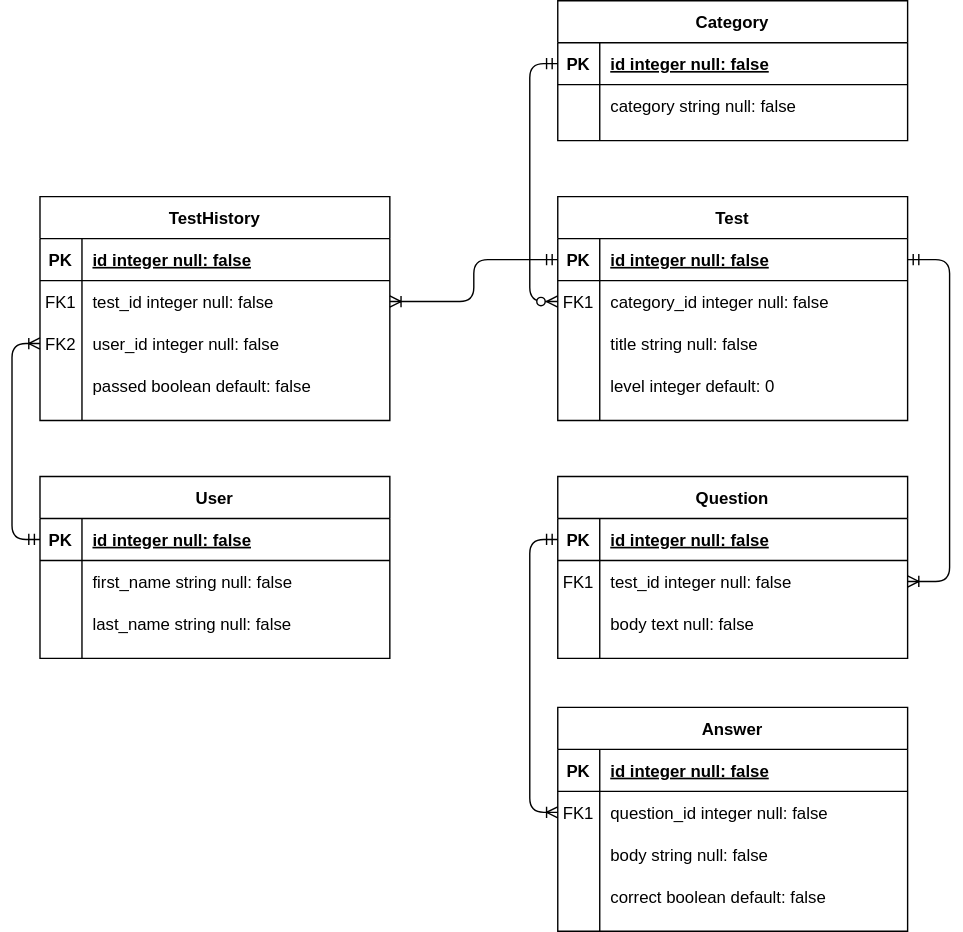
This is ER_TestGuru.svg from yerlanmad/test-guru, a draw.io export, as it was before one commit. Source tidied: cells renumbered, new cells last; positions are measured from the earlier drawing's top-left corner, leaving out a move shared by most shapes. The source it was exported from:
```xml
<mxGraphModel>
  <root>
    <mxCell id="0" />
    <mxCell id="1" parent="0" />
    <mxCell id="2" style="edgeStyle=entityRelationEdgeStyle;endArrow=ERoneToMany;startArrow=ERmandOne;endFill=0;startFill=0;exitX=1;exitY=0.5;exitDx=0;exitDy=0;" parent="1" edge="1" source="8" target="24">
      <mxGeometry relative="1" as="geometry" />
    </mxCell>
    <mxCell id="3" style="edgeStyle=orthogonalEdgeStyle;rounded=1;jettySize=auto;html=1;entryX=0;entryY=0.5;entryDx=0;entryDy=0;startArrow=ERmandOne;startFill=0;endArrow=ERoneToMany;endFill=0;" parent="1" edge="1" source="21" target="34">
      <mxGeometry relative="1" as="geometry" />
    </mxCell>
    <mxCell id="4" style="edgeStyle=orthogonalEdgeStyle;rounded=1;jettySize=auto;html=1;entryX=0;entryY=0.5;entryDx=0;entryDy=0;startArrow=ERmandOne;startFill=0;endArrow=ERzeroToMany;endFill=1;" parent="1" edge="1" source="44" target="11">
      <mxGeometry relative="1" as="geometry" />
    </mxCell>
    <mxCell id="5" style="edgeStyle=orthogonalEdgeStyle;rounded=1;jettySize=auto;html=1;entryX=1;entryY=0.5;entryDx=0;entryDy=0;startArrow=ERmandOne;startFill=0;endArrow=ERoneToMany;endFill=0;" parent="1" edge="1" source="8" target="54">
      <mxGeometry relative="1" as="geometry" />
    </mxCell>
    <mxCell id="6" style="edgeStyle=orthogonalEdgeStyle;rounded=1;jettySize=auto;html=1;entryX=0;entryY=0.5;entryDx=0;entryDy=0;startArrow=ERmandOne;startFill=0;endArrow=ERoneToMany;endFill=0;exitX=0;exitY=0.5;exitDx=0;exitDy=0;" parent="1" edge="1" source="64" target="57">
      <mxGeometry relative="1" as="geometry" />
    </mxCell>
    <mxCell id="7" value="Test" style="shape=table;startSize=30;rowLines=0;fontStyle=1;align=center;" parent="1" vertex="1">
      <mxGeometry x="370" y="140" width="250" height="160" as="geometry" />
    </mxCell>
    <mxCell id="8" style="shape=partialRectangle;fillColor=none;points=[[0,0.5],[1,0.5]];portConstraint=eastwest;top=0;left=0;right=0;bottom=1;fontStyle=0;" parent="7" vertex="1">
      <mxGeometry y="30" width="250" height="30" as="geometry" />
    </mxCell>
    <mxCell id="9" value="PK" style="shape=partialRectangle;overflow=hidden;fillColor=none;top=0;left=0;bottom=0;right=0;fontStyle=1;" parent="8" vertex="1">
      <mxGeometry width="30" height="30" as="geometry" />
    </mxCell>
    <mxCell id="10" value="id integer null: false" style="shape=partialRectangle;overflow=hidden;fillColor=none;top=0;left=0;bottom=0;right=0;align=left;spacingLeft=6;fontStyle=5;" parent="8" vertex="1">
      <mxGeometry x="30" width="220" height="30" as="geometry" />
    </mxCell>
    <mxCell id="11" style="shape=partialRectangle;fillColor=none;points=[[0,0.5],[1,0.5]];portConstraint=eastwest;top=0;left=0;right=0;bottom=0;" parent="7" vertex="1">
      <mxGeometry y="60" width="250" height="30" as="geometry" />
    </mxCell>
    <mxCell id="12" value="FK1" style="shape=partialRectangle;overflow=hidden;fillColor=none;top=0;left=0;bottom=0;right=0;" parent="11" vertex="1">
      <mxGeometry width="30" height="30" as="geometry" />
    </mxCell>
    <mxCell id="13" value="category_id integer null: false" style="shape=partialRectangle;overflow=hidden;fillColor=none;top=0;left=0;bottom=0;right=0;align=left;spacingLeft=6;" parent="11" vertex="1">
      <mxGeometry x="30" width="220" height="30" as="geometry" />
    </mxCell>
    <mxCell id="14" style="shape=partialRectangle;fillColor=none;top=0;left=0;right=0;bottom=0;" parent="7" vertex="1">
      <mxGeometry y="90" width="250" height="30" as="geometry" />
    </mxCell>
    <mxCell id="15" style="shape=partialRectangle;overflow=hidden;fillColor=none;top=0;left=0;bottom=0;right=0;" parent="14" vertex="1">
      <mxGeometry width="30" height="30" as="geometry" />
    </mxCell>
    <mxCell id="16" value="title string null: false" style="shape=partialRectangle;overflow=hidden;fillColor=none;top=0;left=0;bottom=0;right=0;align=left;spacingLeft=6;" parent="14" vertex="1">
      <mxGeometry x="30" width="220" height="30" as="geometry" />
    </mxCell>
    <mxCell id="17" style="shape=partialRectangle;fillColor=none;top=0;left=0;right=0;bottom=0;" parent="7" vertex="1">
      <mxGeometry y="120" width="250" height="30" as="geometry" />
    </mxCell>
    <mxCell id="18" style="shape=partialRectangle;overflow=hidden;fillColor=none;top=0;left=0;bottom=0;right=0;" parent="17" vertex="1">
      <mxGeometry width="30" height="30" as="geometry" />
    </mxCell>
    <mxCell id="19" value="level integer default: 0" style="shape=partialRectangle;overflow=hidden;fillColor=none;top=0;left=0;bottom=0;right=0;align=left;spacingLeft=6;" parent="17" vertex="1">
      <mxGeometry x="30" width="220" height="30" as="geometry" />
    </mxCell>
    <mxCell id="20" value="Question" style="shape=table;startSize=30;rowLines=0;fontStyle=1;align=center;" parent="1" vertex="1">
      <mxGeometry x="370" y="340" width="250" height="130" as="geometry" />
    </mxCell>
    <mxCell id="21" style="shape=partialRectangle;fillColor=none;points=[[0,0.5],[1,0.5]];portConstraint=eastwest;top=0;left=0;right=0;bottom=1;fontStyle=0;" parent="20" vertex="1">
      <mxGeometry y="30" width="250" height="30" as="geometry" />
    </mxCell>
    <mxCell id="22" value="PK" style="shape=partialRectangle;overflow=hidden;fillColor=none;top=0;left=0;bottom=0;right=0;fontStyle=1;" parent="21" vertex="1">
      <mxGeometry width="30" height="30" as="geometry" />
    </mxCell>
    <mxCell id="23" value="id integer null: false" style="shape=partialRectangle;overflow=hidden;fillColor=none;top=0;left=0;bottom=0;right=0;align=left;spacingLeft=6;fontStyle=5;" parent="21" vertex="1">
      <mxGeometry x="30" width="220" height="30" as="geometry" />
    </mxCell>
    <mxCell id="24" style="shape=partialRectangle;fillColor=none;points=[[0,0.5],[1,0.5]];portConstraint=eastwest;top=0;left=0;right=0;bottom=0;" parent="20" vertex="1">
      <mxGeometry y="60" width="250" height="30" as="geometry" />
    </mxCell>
    <mxCell id="25" value="FK1" style="shape=partialRectangle;overflow=hidden;fillColor=none;top=0;left=0;bottom=0;right=0;" parent="24" vertex="1">
      <mxGeometry width="30" height="30" as="geometry" />
    </mxCell>
    <mxCell id="26" value="test_id integer null: false" style="shape=partialRectangle;overflow=hidden;fillColor=none;top=0;left=0;bottom=0;right=0;align=left;spacingLeft=6;" parent="24" vertex="1">
      <mxGeometry x="30" width="220" height="30" as="geometry" />
    </mxCell>
    <mxCell id="27" style="shape=partialRectangle;fillColor=none;top=0;left=0;right=0;bottom=0;" parent="20" vertex="1">
      <mxGeometry y="90" width="250" height="30" as="geometry" />
    </mxCell>
    <mxCell id="28" style="shape=partialRectangle;overflow=hidden;fillColor=none;top=0;left=0;bottom=0;right=0;" parent="27" vertex="1">
      <mxGeometry width="30" height="30" as="geometry" />
    </mxCell>
    <mxCell id="29" value="body text null: false" style="shape=partialRectangle;overflow=hidden;fillColor=none;top=0;left=0;bottom=0;right=0;align=left;spacingLeft=6;" parent="27" vertex="1">
      <mxGeometry x="30" width="220" height="30" as="geometry" />
    </mxCell>
    <mxCell id="30" value="Answer" style="shape=table;startSize=30;rowLines=0;fontStyle=1;align=center;" parent="1" vertex="1">
      <mxGeometry x="370" y="505" width="250" height="160" as="geometry" />
    </mxCell>
    <mxCell id="31" style="shape=partialRectangle;fillColor=none;top=0;left=0;right=0;bottom=1;fontStyle=0;" parent="30" vertex="1">
      <mxGeometry y="30" width="250" height="30" as="geometry" />
    </mxCell>
    <mxCell id="32" value="PK" style="shape=partialRectangle;overflow=hidden;fillColor=none;top=0;left=0;bottom=0;right=0;fontStyle=1;" parent="31" vertex="1">
      <mxGeometry width="30" height="30" as="geometry" />
    </mxCell>
    <mxCell id="33" value="id integer null: false" style="shape=partialRectangle;overflow=hidden;fillColor=none;top=0;left=0;bottom=0;right=0;align=left;spacingLeft=6;fontStyle=5;" parent="31" vertex="1">
      <mxGeometry x="30" width="220" height="30" as="geometry" />
    </mxCell>
    <mxCell id="34" style="shape=partialRectangle;fillColor=none;points=[[0,0.5],[1,0.5]];portConstraint=eastwest;top=0;left=0;right=0;bottom=0;" parent="30" vertex="1">
      <mxGeometry y="60" width="250" height="30" as="geometry" />
    </mxCell>
    <mxCell id="35" value="FK1" style="shape=partialRectangle;overflow=hidden;fillColor=none;top=0;left=0;bottom=0;right=0;" parent="34" vertex="1">
      <mxGeometry width="30" height="30" as="geometry" />
    </mxCell>
    <mxCell id="36" value="question_id integer null: false" style="shape=partialRectangle;overflow=hidden;fillColor=none;top=0;left=0;bottom=0;right=0;align=left;spacingLeft=6;" parent="34" vertex="1">
      <mxGeometry x="30" width="220" height="30" as="geometry" />
    </mxCell>
    <mxCell id="37" style="shape=partialRectangle;fillColor=none;top=0;left=0;right=0;bottom=0;" parent="30" vertex="1">
      <mxGeometry y="90" width="250" height="30" as="geometry" />
    </mxCell>
    <mxCell id="38" style="shape=partialRectangle;overflow=hidden;fillColor=none;top=0;left=0;bottom=0;right=0;" parent="37" vertex="1">
      <mxGeometry width="30" height="30" as="geometry" />
    </mxCell>
    <mxCell id="39" value="body string null: false" style="shape=partialRectangle;overflow=hidden;fillColor=none;top=0;left=0;bottom=0;right=0;align=left;spacingLeft=6;" parent="37" vertex="1">
      <mxGeometry x="30" width="220" height="30" as="geometry" />
    </mxCell>
    <mxCell id="40" style="shape=partialRectangle;fillColor=none;top=0;left=0;right=0;bottom=0;" parent="30" vertex="1">
      <mxGeometry y="120" width="250" height="30" as="geometry" />
    </mxCell>
    <mxCell id="41" style="shape=partialRectangle;overflow=hidden;fillColor=none;top=0;left=0;bottom=0;right=0;" parent="40" vertex="1">
      <mxGeometry width="30" height="30" as="geometry" />
    </mxCell>
    <mxCell id="42" value="correct boolean default: false" style="shape=partialRectangle;overflow=hidden;fillColor=none;top=0;left=0;bottom=0;right=0;align=left;spacingLeft=6;" parent="40" vertex="1">
      <mxGeometry x="30" width="220" height="30" as="geometry" />
    </mxCell>
    <mxCell id="43" value="Category" style="shape=table;startSize=30;rowLines=0;fontStyle=1;align=center;" parent="1" vertex="1">
      <mxGeometry x="370" width="250" height="100" as="geometry" />
    </mxCell>
    <mxCell id="44" style="shape=partialRectangle;fillColor=none;points=[[0,0.5],[1,0.5]];portConstraint=eastwest;top=0;left=0;right=0;bottom=1;" parent="43" vertex="1">
      <mxGeometry y="30" width="250" height="30" as="geometry" />
    </mxCell>
    <mxCell id="45" value="PK" style="shape=partialRectangle;overflow=hidden;fillColor=none;top=0;left=0;bottom=0;right=0;fontStyle=1;" parent="44" vertex="1">
      <mxGeometry width="30" height="30" as="geometry" />
    </mxCell>
    <mxCell id="46" value="id integer null: false" style="shape=partialRectangle;overflow=hidden;fillColor=none;top=0;left=0;bottom=0;right=0;align=left;spacingLeft=6;fontStyle=5;" parent="44" vertex="1">
      <mxGeometry x="30" width="220" height="30" as="geometry" />
    </mxCell>
    <mxCell id="47" style="shape=partialRectangle;fillColor=none;top=0;left=0;right=0;bottom=0;" parent="43" vertex="1">
      <mxGeometry y="60" width="250" height="30" as="geometry" />
    </mxCell>
    <mxCell id="48" style="shape=partialRectangle;overflow=hidden;fillColor=none;top=0;left=0;bottom=0;right=0;" parent="47" vertex="1">
      <mxGeometry width="30" height="30" as="geometry" />
    </mxCell>
    <mxCell id="49" value="category string null: false" style="shape=partialRectangle;overflow=hidden;fillColor=none;top=0;left=0;bottom=0;right=0;align=left;spacingLeft=6;" parent="47" vertex="1">
      <mxGeometry x="30" width="220" height="30" as="geometry" />
    </mxCell>
    <mxCell id="50" value="TestHistory" style="shape=table;startSize=30;rowLines=0;fontStyle=1;align=center;" parent="1" vertex="1">
      <mxGeometry y="140" width="250" height="160" as="geometry" />
    </mxCell>
    <mxCell id="51" style="shape=partialRectangle;fillColor=none;top=0;left=0;right=0;bottom=1;" parent="50" vertex="1">
      <mxGeometry y="30" width="250" height="30" as="geometry" />
    </mxCell>
    <mxCell id="52" value="PK" style="shape=partialRectangle;overflow=hidden;fillColor=none;top=0;left=0;bottom=0;right=0;fontStyle=1;" parent="51" vertex="1">
      <mxGeometry width="30" height="30" as="geometry" />
    </mxCell>
    <mxCell id="53" value="id integer null: false" style="shape=partialRectangle;overflow=hidden;fillColor=none;top=0;left=0;bottom=0;right=0;align=left;spacingLeft=6;fontStyle=5;" parent="51" vertex="1">
      <mxGeometry x="30" width="220" height="30" as="geometry" />
    </mxCell>
    <mxCell id="54" style="shape=partialRectangle;fillColor=none;points=[[0,0.5],[1,0.5]];portConstraint=eastwest;top=0;left=0;right=0;bottom=0;" parent="50" vertex="1">
      <mxGeometry y="60" width="250" height="30" as="geometry" />
    </mxCell>
    <mxCell id="55" value="FK1" style="shape=partialRectangle;overflow=hidden;fillColor=none;top=0;left=0;bottom=0;right=0;" parent="54" vertex="1">
      <mxGeometry width="30" height="30" as="geometry" />
    </mxCell>
    <mxCell id="56" value="test_id integer null: false" style="shape=partialRectangle;overflow=hidden;fillColor=none;top=0;left=0;bottom=0;right=0;align=left;spacingLeft=6;" parent="54" vertex="1">
      <mxGeometry x="30" width="220" height="30" as="geometry" />
    </mxCell>
    <mxCell id="57" style="shape=partialRectangle;fillColor=none;points=[[0,0.5],[1,0.5]];portConstraint=eastwest;top=0;left=0;right=0;bottom=0;" parent="50" vertex="1">
      <mxGeometry y="90" width="250" height="30" as="geometry" />
    </mxCell>
    <mxCell id="58" value="FK2" style="shape=partialRectangle;overflow=hidden;fillColor=none;top=0;left=0;bottom=0;right=0;" parent="57" vertex="1">
      <mxGeometry width="30" height="30" as="geometry" />
    </mxCell>
    <mxCell id="59" value="user_id integer null: false" style="shape=partialRectangle;overflow=hidden;fillColor=none;top=0;left=0;bottom=0;right=0;align=left;spacingLeft=6;" parent="57" vertex="1">
      <mxGeometry x="30" width="220" height="30" as="geometry" />
    </mxCell>
    <mxCell id="60" style="shape=partialRectangle;fillColor=none;top=0;left=0;right=0;bottom=0;" parent="50" vertex="1">
      <mxGeometry y="120" width="250" height="30" as="geometry" />
    </mxCell>
    <mxCell id="61" style="shape=partialRectangle;overflow=hidden;fillColor=none;top=0;left=0;bottom=0;right=0;" parent="60" vertex="1">
      <mxGeometry width="30" height="30" as="geometry" />
    </mxCell>
    <mxCell id="62" value="passed boolean default: false" style="shape=partialRectangle;overflow=hidden;fillColor=none;top=0;left=0;bottom=0;right=0;align=left;spacingLeft=6;" parent="60" vertex="1">
      <mxGeometry x="30" width="220" height="30" as="geometry" />
    </mxCell>
    <mxCell id="63" value="User" style="shape=table;startSize=30;rowLines=0;fontStyle=1;align=center;" parent="1" vertex="1">
      <mxGeometry y="340" width="250" height="130" as="geometry" />
    </mxCell>
    <mxCell id="64" style="shape=partialRectangle;fillColor=none;points=[[0,0.5],[1,0.5]];portConstraint=eastwest;top=0;left=0;right=0;bottom=1;" parent="63" vertex="1">
      <mxGeometry y="30" width="250" height="30" as="geometry" />
    </mxCell>
    <mxCell id="65" value="PK" style="shape=partialRectangle;overflow=hidden;fillColor=none;top=0;left=0;bottom=0;right=0;fontStyle=1;" parent="64" vertex="1">
      <mxGeometry width="30" height="30" as="geometry" />
    </mxCell>
    <mxCell id="66" value="id integer null: false" style="shape=partialRectangle;overflow=hidden;fillColor=none;top=0;left=0;bottom=0;right=0;align=left;spacingLeft=6;fontStyle=5;" parent="64" vertex="1">
      <mxGeometry x="30" width="220" height="30" as="geometry" />
    </mxCell>
    <mxCell id="67" style="shape=partialRectangle;fillColor=none;top=0;left=0;right=0;bottom=0;" parent="63" vertex="1">
      <mxGeometry y="60" width="250" height="30" as="geometry" />
    </mxCell>
    <mxCell id="68" style="shape=partialRectangle;overflow=hidden;fillColor=none;top=0;left=0;bottom=0;right=0;" parent="67" vertex="1">
      <mxGeometry width="30" height="30" as="geometry" />
    </mxCell>
    <mxCell id="69" value="first_name string null: false" style="shape=partialRectangle;overflow=hidden;fillColor=none;top=0;left=0;bottom=0;right=0;align=left;spacingLeft=6;" parent="67" vertex="1">
      <mxGeometry x="30" width="220" height="30" as="geometry" />
    </mxCell>
    <mxCell id="70" style="shape=partialRectangle;fillColor=none;top=0;left=0;right=0;bottom=0;" parent="63" vertex="1">
      <mxGeometry y="90" width="250" height="30" as="geometry" />
    </mxCell>
    <mxCell id="71" style="shape=partialRectangle;overflow=hidden;fillColor=none;top=0;left=0;bottom=0;right=0;" parent="70" vertex="1">
      <mxGeometry width="30" height="30" as="geometry" />
    </mxCell>
    <mxCell id="72" value="last_name string null: false" style="shape=partialRectangle;overflow=hidden;fillColor=none;top=0;left=0;bottom=0;right=0;align=left;spacingLeft=6;" parent="70" vertex="1">
      <mxGeometry x="30" width="220" height="30" as="geometry" />
    </mxCell>
  </root>
</mxGraphModel>
```
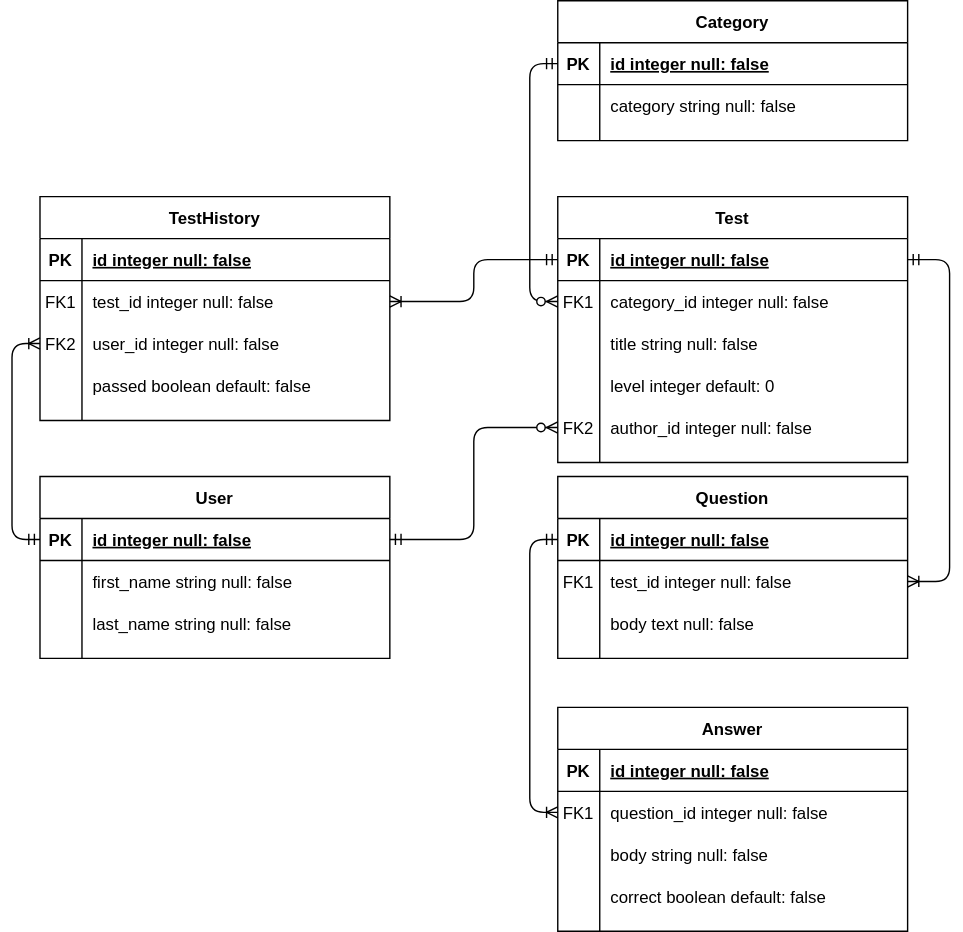
Later version of the same file.

What changed in the source:
```diff
@@ -18,7 +18,7 @@
       <mxGeometry relative="1" as="geometry" />
     </mxCell>
     <mxCell id="7" value="Test" style="shape=table;startSize=30;rowLines=0;fontStyle=1;align=center;" parent="1" vertex="1">
-      <mxGeometry x="370" y="140" width="250" height="160" as="geometry" />
+      <mxGeometry x="370" y="140" width="250" height="190" as="geometry" />
     </mxCell>
     <mxCell id="8" style="shape=partialRectangle;fillColor=none;points=[[0,0.5],[1,0.5]];portConstraint=eastwest;top=0;left=0;right=0;bottom=1;fontStyle=0;" parent="7" vertex="1">
       <mxGeometry y="30" width="250" height="30" as="geometry" />
@@ -56,6 +56,15 @@
     <mxCell id="19" value="level integer default: 0" style="shape=partialRectangle;overflow=hidden;fillColor=none;top=0;left=0;bottom=0;right=0;align=left;spacingLeft=6;" parent="17" vertex="1">
       <mxGeometry x="30" width="220" height="30" as="geometry" />
     </mxCell>
+    <mxCell id="73" style="shape=partialRectangle;fillColor=none;points=[[0,0.5],[1,0.5]];portConstraint=eastwest;top=0;left=0;right=0;bottom=0;" parent="7" vertex="1">
+      <mxGeometry y="150" width="250" height="30" as="geometry" />
+    </mxCell>
+    <mxCell id="74" value="FK2" style="shape=partialRectangle;overflow=hidden;fillColor=none;top=0;left=0;bottom=0;right=0;" parent="73" vertex="1">
+      <mxGeometry width="30" height="30" as="geometry" />
+    </mxCell>
+    <mxCell id="75" value="author_id integer null: false" style="shape=partialRectangle;overflow=hidden;fillColor=none;top=0;left=0;bottom=0;right=0;align=left;spacingLeft=6;" parent="73" vertex="1">
+      <mxGeometry x="30" width="220" height="30" as="geometry" />
+    </mxCell>
     <mxCell id="20" value="Question" style="shape=table;startSize=30;rowLines=0;fontStyle=1;align=center;" parent="1" vertex="1">
       <mxGeometry x="370" y="340" width="250" height="130" as="geometry" />
     </mxCell>
@@ -215,5 +224,8 @@
     <mxCell id="72" value="last_name string null: false" style="shape=partialRectangle;overflow=hidden;fillColor=none;top=0;left=0;bottom=0;right=0;align=left;spacingLeft=6;" parent="70" vertex="1">
       <mxGeometry x="30" width="220" height="30" as="geometry" />
     </mxCell>
+    <mxCell id="76" style="edgeStyle=orthogonalEdgeStyle;rounded=1;jettySize=auto;html=1;entryX=0;entryY=0.5;entryDx=0;entryDy=0;endFill=1;endArrow=ERzeroToMany;startFill=0;startArrow=ERmandOne;" parent="1" edge="1" source="64" target="73">
+      <mxGeometry relative="1" as="geometry" />
+    </mxCell>
   </root>
 </mxGraphModel>
```
